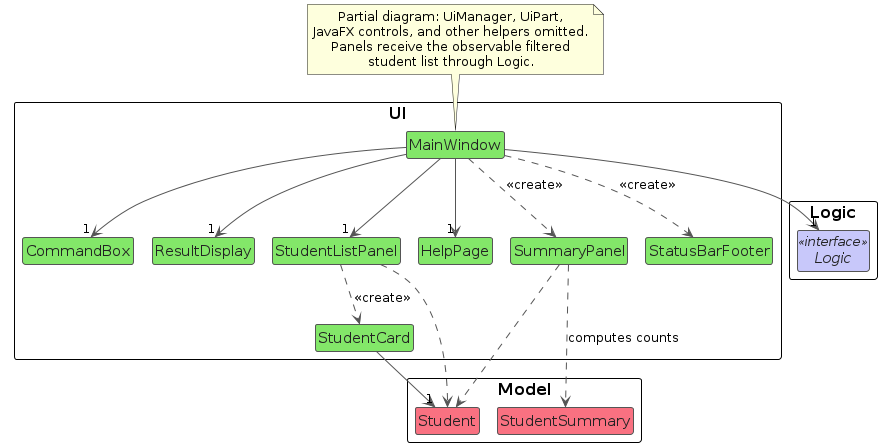
Earlier version of the PlantUML export diagrams/UiClassDiagram.png (AY2627S1-CS2103T-T16-1/tp). Its source is kept beside it as diagrams/UiClassDiagram.puml.
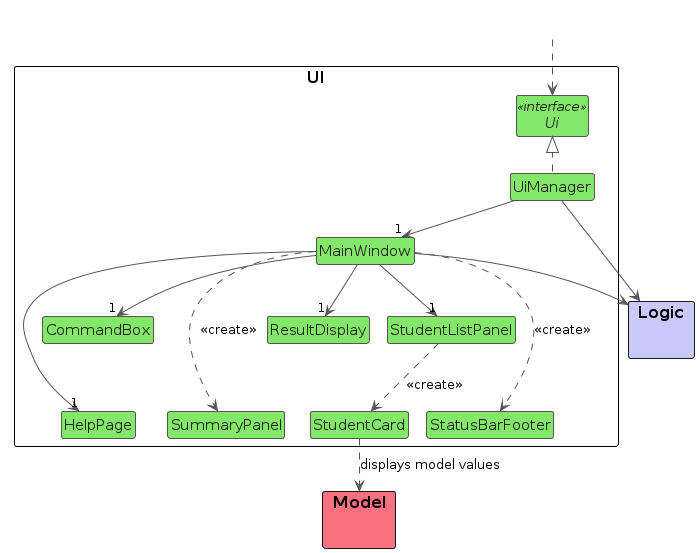
The same file after the commit.

Diff of the diagram source:
```diff
@@ -11,15 +11,23 @@
 skinparam ranksep 35
 
 package UI {
+    interface Ui <<interface>>
+    class UiManager
     class MainWindow
-    class CommandBox
-    class ResultDisplay
-    class StudentListPanel
+    together {
+        class CommandBox
+        class ResultDisplay
+        class StudentListPanel
+    }
     class StudentCard
-    class SummaryPanel
-    class HelpPage
-    class StatusBarFooter
+    together {
+        class HelpPage
+        class SummaryPanel
+        class StatusBarFooter
+    }
 
+    UiManager .up.|> Ui
+    UiManager --> "1" MainWindow
     MainWindow --> "1" CommandBox
     MainWindow --> "1" ResultDisplay
     MainWindow --> "1" StudentListPanel
@@ -32,27 +40,20 @@
     ResultDisplay -[hidden]right-> StudentListPanel
     HelpPage -[hidden]right-> SummaryPanel
     SummaryPanel -[hidden]right-> StatusBarFooter
+    CommandBox -[hidden]down-> HelpPage
+    ResultDisplay -[hidden]down-> SummaryPanel
+    StudentListPanel -[hidden]down-> StatusBarFooter
 }
 
-package "Logic" as LogicComponent {
-    interface "Logic" as LogicApi <<interface>> LOGIC_COLOR_T1
+package "Logic" as LogicComponent LOGIC_COLOR_T1 {
 }
 
-package Model {
-    class Student MODEL_COLOR_T1
-    class StudentSummary MODEL_COLOR_T1
+package Model MODEL_COLOR_T1 {
 }
 
-MainWindow --> "1" LogicApi
-StudentCard --> "1" Student
-StudentListPanel ..> Student
-SummaryPanel ..> Student
-SummaryPanel ..> StudentSummary : computes counts
-
-note top of MainWindow
-  Partial diagram: UiManager, UiPart,
-  JavaFX controls, and other helpers omitted.
-  Panels receive the observable filtered
-  student list through Logic.
-end note
+class " " as Outside #transparent;line:transparent
+Outside ..> Ui
+UiManager --> LogicComponent
+MainWindow --> LogicComponent
+StudentCard ..> Model : displays model values
 @enduml
```
